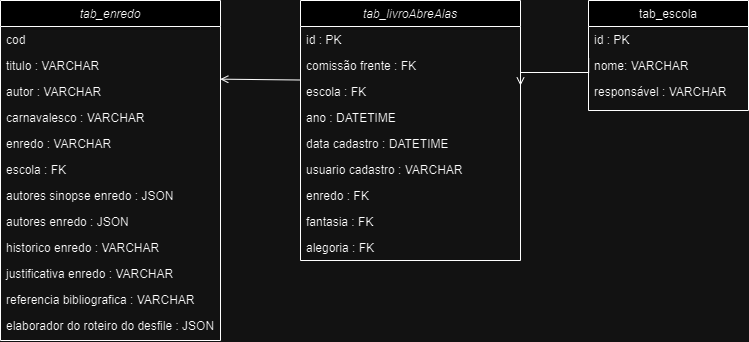
Before: diagrama_enredo.drawio.png, a diagram exported from draw.io (Laboratorio-de-Des-Software/Sambook_API). Source tidied: cells renumbered, new cells last; positions are measured from the earlier drawing's top-left corner, leaving out a move shared by most shapes.
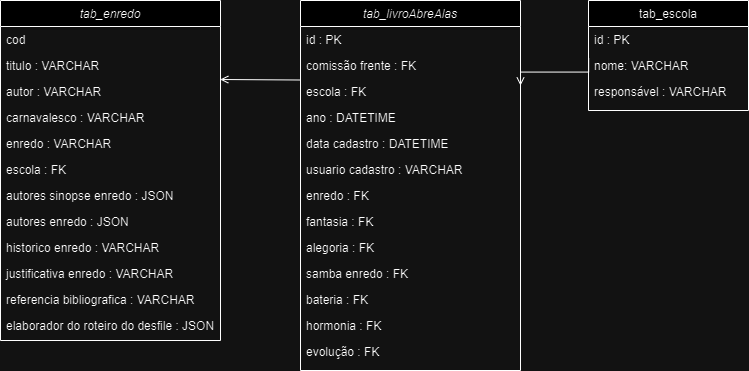
Later version of the same file.

Change to the diagram source:
```diff
@@ -3,7 +3,7 @@
     <mxCell id="0" />
     <mxCell id="1" parent="0" />
     <mxCell id="2" value="tab_livroAbreAlas" style="swimlane;fontStyle=2;align=center;verticalAlign=top;horizontal=1;startSize=26;rounded=0;shadow=0;strokeWidth=1;" parent="1" vertex="1">
-      <mxGeometry x="300" width="220" height="260" as="geometry" />
+      <mxGeometry x="300" width="220" height="370" as="geometry" />
     </mxCell>
     <mxCell id="3" value="id : PK" style="text;align=left;verticalAlign=top;spacingLeft=4;spacingRight=4;overflow=hidden;" parent="2" vertex="1">
       <mxGeometry y="26" width="220" height="26" as="geometry" />
@@ -32,6 +32,18 @@
     <mxCell id="11" value="alegoria : FK" style="text;align=left;verticalAlign=top;spacingLeft=4;spacingRight=4;overflow=hidden;" parent="2" vertex="1">
       <mxGeometry y="234" width="220" height="26" as="geometry" />
     </mxCell>
+    <mxCell id="31" value="samba enredo : FK" style="text;align=left;verticalAlign=top;spacingLeft=4;spacingRight=4;overflow=hidden;" parent="2" vertex="1">
+      <mxGeometry y="260" width="220" height="26" as="geometry" />
+    </mxCell>
+    <mxCell id="32" value="bateria : FK" style="text;align=left;verticalAlign=top;spacingLeft=4;spacingRight=4;overflow=hidden;" parent="2" vertex="1">
+      <mxGeometry y="286" width="220" height="26" as="geometry" />
+    </mxCell>
+    <mxCell id="33" value="hormonia : FK" style="text;align=left;verticalAlign=top;spacingLeft=4;spacingRight=4;overflow=hidden;" parent="2" vertex="1">
+      <mxGeometry y="312" width="220" height="26" as="geometry" />
+    </mxCell>
+    <mxCell id="34" value="evolução : FK" style="text;align=left;verticalAlign=top;spacingLeft=4;spacingRight=4;overflow=hidden;" parent="2" vertex="1">
+      <mxGeometry y="338" width="220" height="26" as="geometry" />
+    </mxCell>
     <mxCell id="12" value="tab_escola" style="swimlane;fontStyle=0;align=center;verticalAlign=top;horizontal=1;startSize=26;rounded=0;shadow=0;strokeWidth=1;" parent="1" vertex="1">
       <mxGeometry x="588" width="160" height="110" as="geometry" />
     </mxCell>
```
